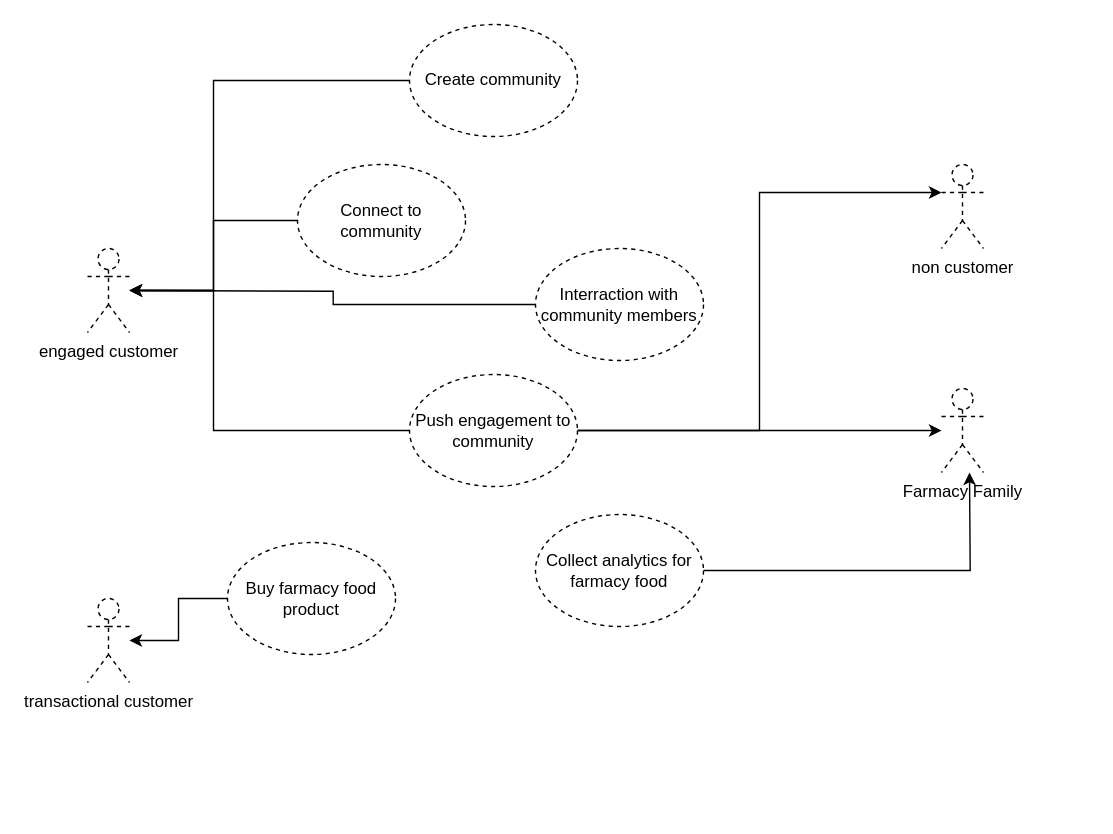
This is page "UseCases" (3 of 3) of diagrams/diagrams.drawio from DVDemon/mobile_tractor_system_katas, a draw.io file, before an edit. Source tidied: cells renumbered, new cells numbered last; positions are measured from the earlier drawing's top-left corner, leaving out a move shared by most shapes. Both pictures are drawn from the tidied source at 140%, with x=0, y=0 at pixel (87, 24).
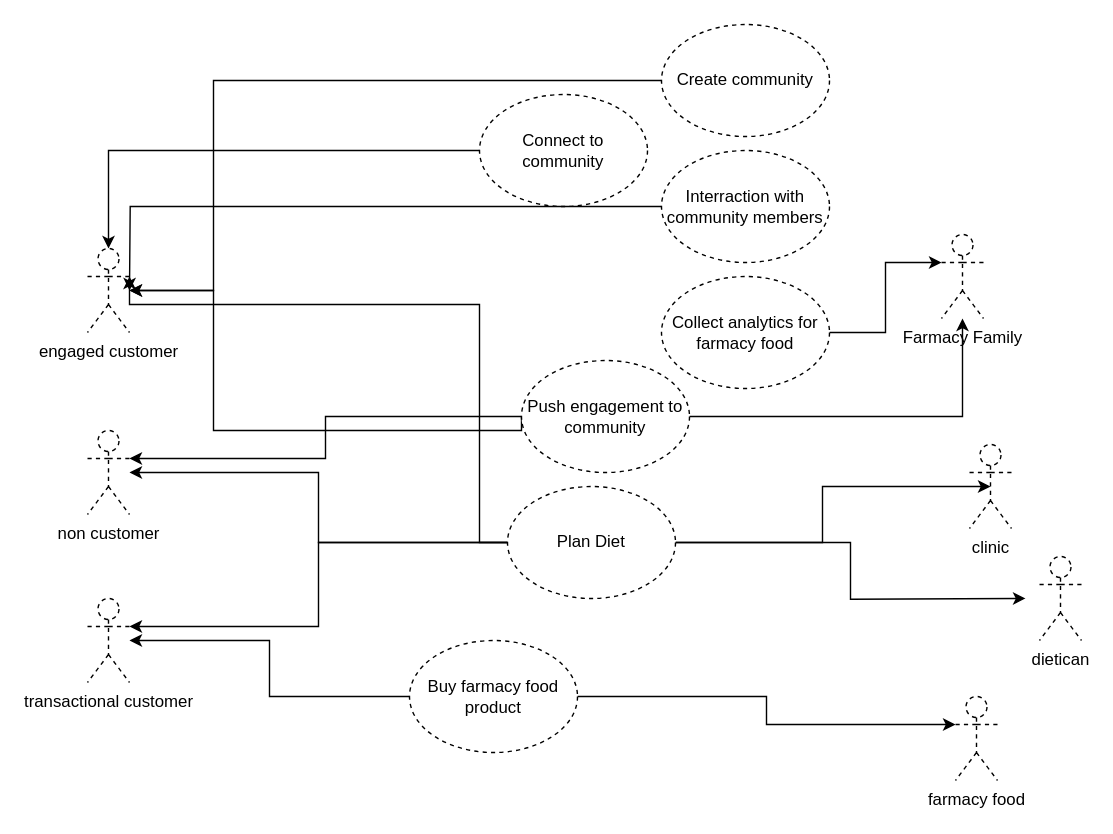
The same page after the edit.

The change refers to these unchanged cells:
```xml
<mxCell id="12" value="engaged customer" style="shape=umlActor;verticalLabelPosition=bottom;verticalAlign=top;html=1;outlineConnect=0;dashed=1;" parent="1" vertex="1">
  <mxGeometry y="160" width="30" height="60" as="geometry" />
</mxCell>
<mxCell id="13" value="transactional customer" style="shape=umlActor;verticalLabelPosition=bottom;verticalAlign=top;html=1;outlineConnect=0;dashed=1;" parent="1" vertex="1">
  <mxGeometry y="410" width="30" height="60" as="geometry" />
</mxCell>
```

The edit, as a diff of the source:
```diff
@@
     <mxCell id="3" value="Connect to community" style="ellipse;whiteSpace=wrap;html=1;dashed=1;verticalAlign=middle;" parent="1" vertex="1">
-      <mxGeometry x="150" y="100" width="120" height="80" as="geometry" />
+      <mxGeometry x="280" y="50" width="120" height="80" as="geometry" />
     </mxCell>
@@
+    <mxCell id="20" style="edgeStyle=orthogonalEdgeStyle;rounded=0;jettySize=auto;html=1;entryX=0;entryY=0.3333333333333333;entryDx=0;entryDy=0;entryPerimeter=0;" parent="1" edge="1" source="5" target="23">
+      <mxGeometry relative="1" as="geometry" />
+    </mxCell>
     <mxCell id="5" value="Buy farmacy food product" style="ellipse;whiteSpace=wrap;html=1;dashed=1;verticalAlign=middle;" parent="1" vertex="1">
-      <mxGeometry x="100" y="370" width="120" height="80" as="geometry" />
+      <mxGeometry x="230" y="440" width="120" height="80" as="geometry" />
     </mxCell>
@@
     <mxCell id="7" value="Create community" style="ellipse;whiteSpace=wrap;html=1;dashed=1;verticalAlign=middle;" parent="1" vertex="1">
-      <mxGeometry x="230" width="120" height="80" as="geometry" />
+      <mxGeometry x="410" width="120" height="80" as="geometry" />
     </mxCell>
@@
     <mxCell id="9" value="Interraction with community members" style="ellipse;whiteSpace=wrap;html=1;dashed=1;verticalAlign=middle;" parent="1" vertex="1">
-      <mxGeometry x="320" y="160" width="120" height="80" as="geometry" />
+      <mxGeometry x="410" y="90" width="120" height="80" as="geometry" />
     </mxCell>
-    <mxCell id="10" style="edgeStyle=orthogonalEdgeStyle;rounded=0;jettySize=auto;html=1;exitX=1;exitY=0.5;exitDx=0;exitDy=0;" parent="1" edge="1" source="11">
-      <mxGeometry relative="1" as="geometry">
-        <mxPoint x="630" y="320" as="targetPoint" />
-      </mxGeometry>
+    <mxCell id="10" style="edgeStyle=orthogonalEdgeStyle;rounded=0;jettySize=auto;html=1;exitX=1;exitY=0.5;exitDx=0;exitDy=0;entryX=0;entryY=0.3333333333333333;entryDx=0;entryDy=0;entryPerimeter=0;" parent="1" edge="1" source="11" target="18">
+      <mxGeometry relative="1" as="geometry" />
     </mxCell>
     <mxCell id="11" value="Collect analytics for farmacy food" style="ellipse;whiteSpace=wrap;html=1;dashed=1;verticalAlign=middle;" parent="1" vertex="1">
-      <mxGeometry x="320" y="350" width="120" height="80" as="geometry" />
+      <mxGeometry x="410" y="180" width="120" height="80" as="geometry" />
     </mxCell>
@@
-    <mxCell id="16" style="edgeStyle=orthogonalEdgeStyle;rounded=0;jettySize=auto;html=1;exitX=1;exitY=0.5;exitDx=0;exitDy=0;entryX=0;entryY=0.3333333333333333;entryDx=0;entryDy=0;entryPerimeter=0;" parent="1" edge="1" source="17" target="19">
+    <mxCell id="16" style="edgeStyle=orthogonalEdgeStyle;rounded=0;jettySize=auto;html=1;exitX=0;exitY=0.5;exitDx=0;exitDy=0;entryX=1;entryY=0.333;entryDx=0;entryDy=0;entryPerimeter=0;" parent="1" edge="1" source="17" target="19">
       <mxGeometry relative="1" as="geometry" />
     </mxCell>
     <mxCell id="17" value="Push engagement to community" style="ellipse;whiteSpace=wrap;html=1;dashed=1;verticalAlign=middle;" parent="1" vertex="1">
-      <mxGeometry x="230" y="250" width="120" height="80" as="geometry" />
+      <mxGeometry x="310" y="240" width="120" height="80" as="geometry" />
     </mxCell>
     <mxCell id="18" value="Farmacy Family" style="shape=umlActor;verticalLabelPosition=bottom;verticalAlign=top;html=1;outlineConnect=0;dashed=1;" parent="1" vertex="1">
-      <mxGeometry x="610" y="260" width="30" height="60" as="geometry" />
+      <mxGeometry x="610" y="150" width="30" height="60" as="geometry" />
     </mxCell>
     <mxCell id="19" value="non customer" style="shape=umlActor;verticalLabelPosition=bottom;verticalAlign=top;html=1;outlineConnect=0;dashed=1;" parent="1" vertex="1">
-      <mxGeometry x="610" y="100" width="30" height="60" as="geometry" />
+      <mxGeometry y="290" width="30" height="60" as="geometry" />
     </mxCell>
+    <mxCell id="21" value="clinic" style="shape=umlActor;verticalLabelPosition=bottom;verticalAlign=top;html=1;outlineConnect=0;dashed=1;" parent="1" vertex="1">
+      <mxGeometry x="630" y="300" width="30" height="60" as="geometry" />
+    </mxCell>
+    <mxCell id="22" value="dietican" style="shape=umlActor;verticalLabelPosition=bottom;verticalAlign=top;html=1;dashed=1;" parent="1" vertex="1">
+      <mxGeometry x="680" y="380" width="30" height="60" as="geometry" />
+    </mxCell>
+    <mxCell id="23" value="farmacy food" style="shape=umlActor;verticalLabelPosition=bottom;verticalAlign=top;html=1;outlineConnect=0;dashed=1;" parent="1" vertex="1">
+      <mxGeometry x="620" y="480" width="30" height="60" as="geometry" />
+    </mxCell>
+    <mxCell id="24" style="edgeStyle=orthogonalEdgeStyle;rounded=0;jettySize=auto;html=1;exitX=1;exitY=0.5;exitDx=0;exitDy=0;" parent="1" edge="1" source="29">
+      <mxGeometry relative="1" as="geometry">
+        <mxPoint x="670" y="410" as="targetPoint" />
+      </mxGeometry>
+    </mxCell>
+    <mxCell id="25" style="edgeStyle=orthogonalEdgeStyle;rounded=0;jettySize=auto;html=1;entryX=0.5;entryY=0.5;entryDx=0;entryDy=0;entryPerimeter=0;" parent="1" edge="1" source="29" target="21">
+      <mxGeometry relative="1" as="geometry" />
+    </mxCell>
+    <mxCell id="26" style="edgeStyle=orthogonalEdgeStyle;rounded=0;jettySize=auto;html=1;entryX=1;entryY=0.3333333333333333;entryDx=0;entryDy=0;entryPerimeter=0;" parent="1" edge="1" source="29" target="13">
+      <mxGeometry relative="1" as="geometry" />
+    </mxCell>
+    <mxCell id="27" style="edgeStyle=orthogonalEdgeStyle;rounded=0;jettySize=auto;html=1;" parent="1" edge="1" source="29" target="19">
+      <mxGeometry relative="1" as="geometry" />
+    </mxCell>
+    <mxCell id="28" style="edgeStyle=orthogonalEdgeStyle;rounded=0;jettySize=auto;html=1;entryX=1;entryY=0.3333333333333333;entryDx=0;entryDy=0;entryPerimeter=0;" parent="1" edge="1" source="29" target="12">
+      <mxGeometry relative="1" as="geometry">
+        <Array as="points">
+          <mxPoint x="280" y="370" />
+          <mxPoint x="280" y="200" />
+          <mxPoint x="30" y="200" />
+        </Array>
+      </mxGeometry>
+    </mxCell>
+    <mxCell id="29" value="Plan Diet" style="ellipse;whiteSpace=wrap;html=1;dashed=1;verticalAlign=middle;" parent="1" vertex="1">
+      <mxGeometry x="300" y="330" width="120" height="80" as="geometry" />
+    </mxCell>
```
